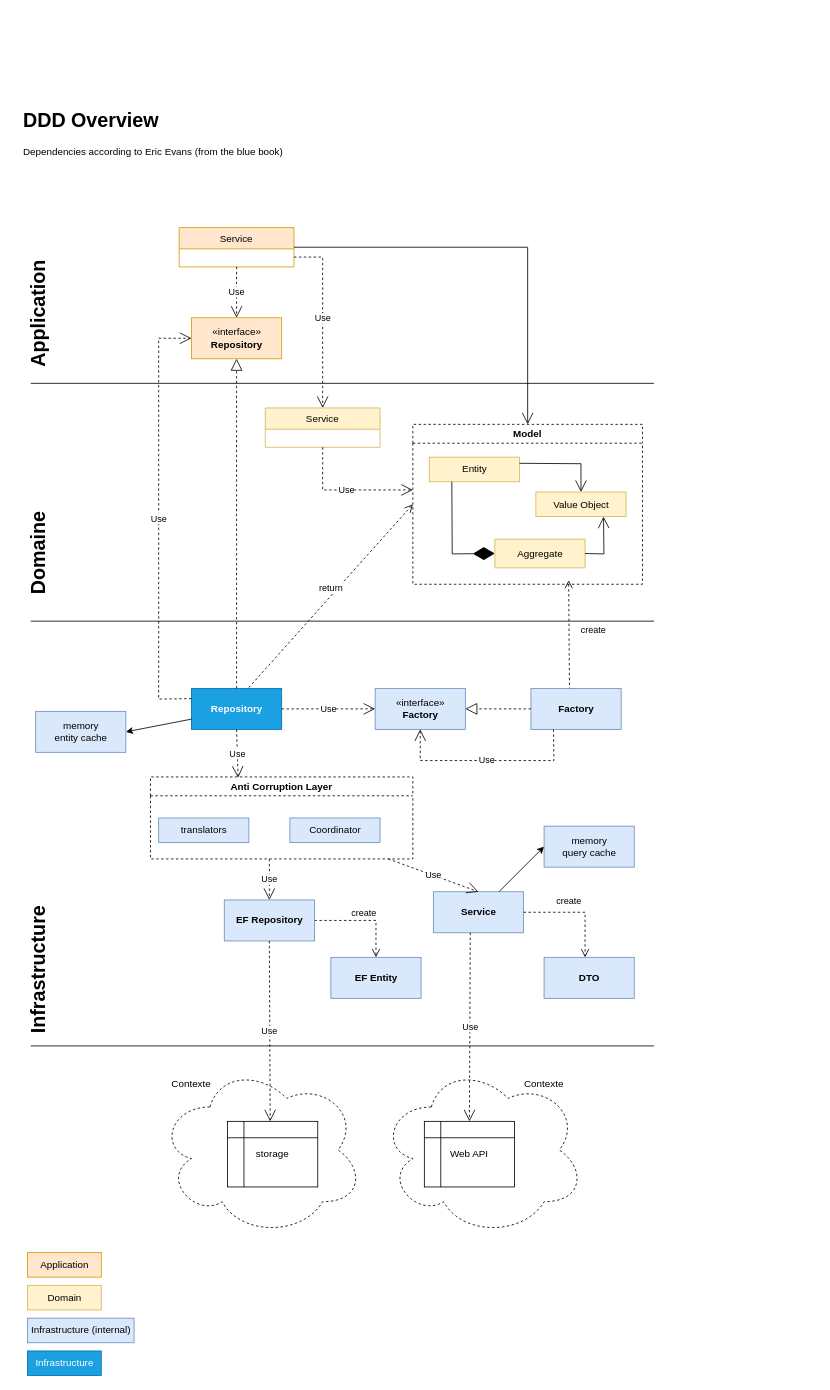
Before: DDD overview2.drawio in franck-gaspoz/DDD, a draw.io diagram. Source tidied: cells renumbered, new cells numbered last; positions are measured from the earlier drawing's top-left corner, leaving out a move shared by most shapes. Both pictures are drawn from the tidied source at 82%, with x=0, y=0 at pixel (14, 104).
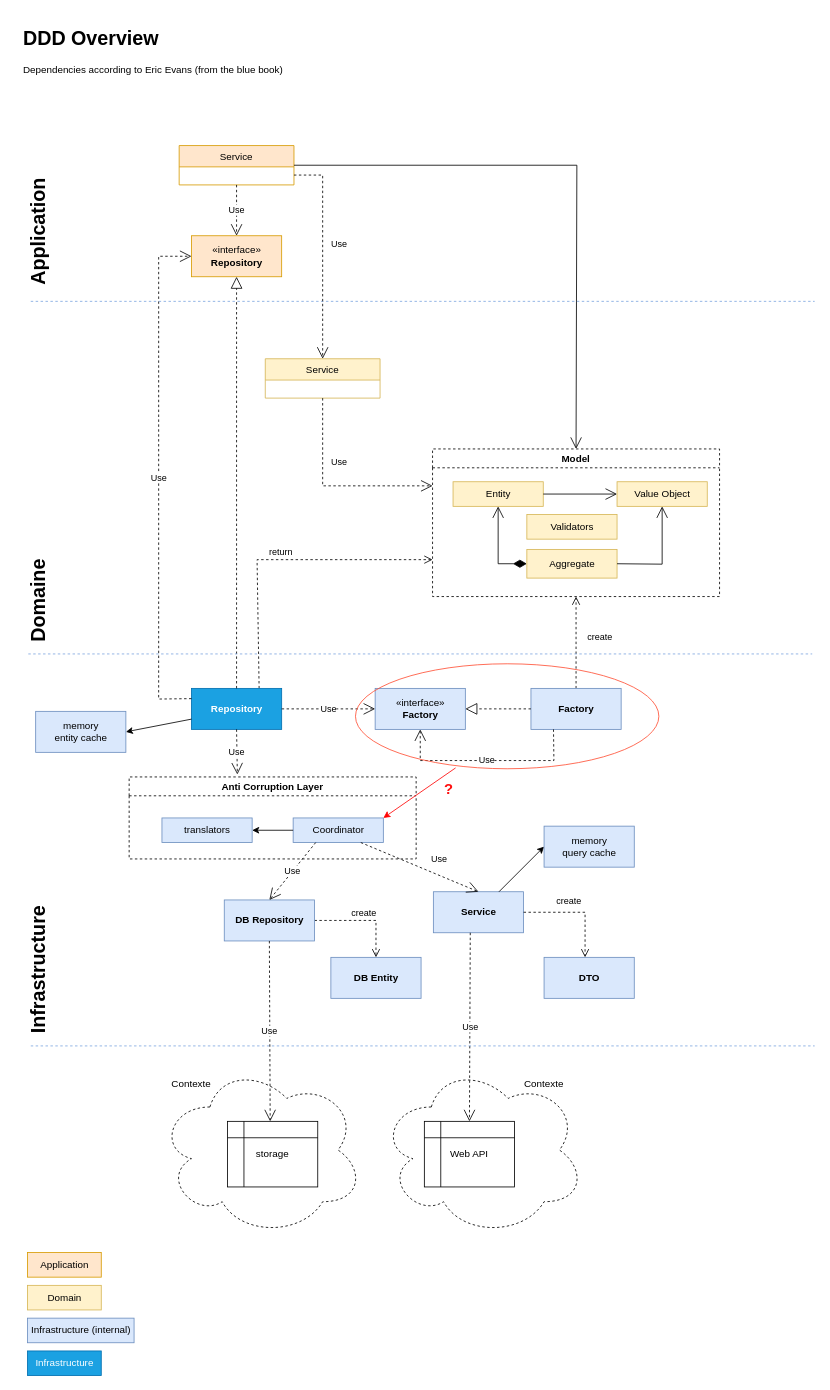
The same page after the edit.

Commit message:
Mettre à jour DDD overview2.drawio

Unchanged cells that the change refers to:
```xml
<mxCell id="12" value="&lt;b&gt;Repository&lt;/b&gt;" style="html=1;fillColor=#1ba1e2;strokeColor=#006EAF;fontColor=#ffffff;" parent="1" vertex="1">
  <mxGeometry x="216" y="712" width="110" height="50" as="geometry" />
</mxCell>
<mxCell id="13" value="&lt;b&gt;Factory&lt;/b&gt;" style="html=1;fillColor=#dae8fc;strokeColor=#6c8ebf;" parent="1" vertex="1">
  <mxGeometry x="630" y="712" width="110" height="50" as="geometry" />
</mxCell>
<mxCell id="18" value="&lt;b&gt;Service&lt;/b&gt;" style="html=1;fillColor=#dae8fc;strokeColor=#6c8ebf;" parent="1" vertex="1">
  <mxGeometry x="511" y="960" width="110" height="50" as="geometry" />
</mxCell>
```

Change to the diagram source:
```diff
@@
     <mxCell id="2" value="Service" style="swimlane;fontStyle=0;horizontal=1;startSize=26;fillColor=#ffe6cc;strokeColor=#d79b00;" parent="1" vertex="1">
-      <mxGeometry x="201" y="150" width="140" height="48" as="geometry" />
+      <mxGeometry x="201" y="50" width="140" height="48" as="geometry" />
     </mxCell>
     <mxCell id="3" value="«interface»&lt;br&gt;&lt;b&gt;Repository&lt;/b&gt;" style="html=1;fillColor=#ffe6cc;strokeColor=#d79b00;" parent="1" vertex="1">
-      <mxGeometry x="216" y="260" width="110" height="50" as="geometry" />
+      <mxGeometry x="216" y="160" width="110" height="50" as="geometry" />
     </mxCell>
@@
-    <mxCell id="7" value="return" style="html=1;verticalAlign=bottom;endArrow=open;dashed=1;endSize=8;rounded=0;entryX=0;entryY=0.5;entryDx=0;entryDy=0;exitX=0.636;exitY=-0.02;exitDx=0;exitDy=0;exitPerimeter=0;" parent="1" edge="1" source="12" target="39">
-      <mxGeometry relative="1" as="geometry" />
+    <mxCell id="7" value="return" style="html=1;verticalAlign=bottom;endArrow=open;dashed=1;endSize=8;rounded=0;exitX=0.75;exitY=0;exitDx=0;exitDy=0;entryX=0;entryY=0.75;entryDx=0;entryDy=0;" parent="1" edge="1" source="12" target="39">
+      <mxGeometry relative="1" as="geometry">
+        <Array as="points">
+          <mxPoint x="296" y="555" />
+        </Array>
+      </mxGeometry>
     </mxCell>
-    <mxCell id="8" value="create" style="html=1;verticalAlign=bottom;endArrow=open;dashed=1;endSize=8;rounded=0;exitX=0.427;exitY=0.04;exitDx=0;exitDy=0;exitPerimeter=0;" parent="1" edge="1" source="13">
-      <mxGeometry x="-0.05" y="-29" relative="1" as="geometry">
-        <mxPoint x="676" y="580" as="targetPoint" />
-      </mxGeometry>
+    <mxCell id="8" value="create" style="html=1;verticalAlign=bottom;endArrow=open;dashed=1;endSize=8;rounded=0;entryX=0.5;entryY=1;entryDx=0;entryDy=0;" parent="1" edge="1" source="13" target="39">
+      <mxGeometry x="-0.05" y="-29" relative="1" as="geometry" />
     </mxCell>
@@
     <mxCell id="11" value="&lt;h1&gt;DDD Overview&lt;/h1&gt;&lt;p&gt;Dependencies according to Eric Evans (from the blue book)&lt;/p&gt;" style="text;html=1;strokeColor=none;fillColor=none;spacing=5;spacingTop=-20;whiteSpace=wrap;overflow=hidden;rounded=0;" parent="1" vertex="1">
-      <mxGeometry x="6" width="390" height="80" as="geometry" />
+      <mxGeometry x="6" y="-100" width="390" height="80" as="geometry" />
     </mxCell>
@@
-    <mxCell id="17" style="endArrow=none;html=1;rounded=0;" parent="1" edge="1">
+    <mxCell id="17" style="endArrow=none;html=1;rounded=0;dashed=1;strokeColor=#7EA6E0;" parent="1" edge="1">
       <mxGeometry relative="1" as="geometry">
-        <mxPoint x="20" y="630" as="sourcePoint" />
-        <mxPoint x="780" y="630" as="targetPoint" />
+        <mxPoint x="17" y="670" as="sourcePoint" />
+        <mxPoint x="973" y="670" as="targetPoint" />
       </mxGeometry>
     </mxCell>
@@
     <mxCell id="19" value="Use" style="endArrow=open;endSize=12;dashed=1;html=1;rounded=0;entryX=0;entryY=0.5;entryDx=0;entryDy=0;exitX=0;exitY=0.25;exitDx=0;exitDy=0;" parent="1" edge="1" source="12" target="3">
       <mxGeometry relative="1" as="geometry">
         <Array as="points">
           <mxPoint x="176" y="725" />
-          <mxPoint x="176" y="285" />
+          <mxPoint x="176" y="185" />
         </Array>
       </mxGeometry>
     </mxCell>
@@
     <mxCell id="21" value="&lt;h1&gt;Domaine&lt;/h1&gt;" style="text;html=1;strokeColor=none;fillColor=none;align=center;verticalAlign=middle;whiteSpace=wrap;rounded=0;rotation=-90;" parent="1" vertex="1">
-      <mxGeometry y="532" width="60" height="30" as="geometry" />
+      <mxGeometry y="590" width="60" height="30" as="geometry" />
     </mxCell>
@@
     <mxCell id="23" style="endArrow=open;endFill=1;endSize=12;html=1;rounded=0;exitX=1;exitY=0.5;exitDx=0;exitDy=0;entryX=0.5;entryY=0;entryDx=0;entryDy=0;" parent="1" edge="1" source="2" target="39">
       <mxGeometry relative="1" as="geometry">
         <Array as="points">
-          <mxPoint x="626" y="174" />
+          <mxPoint x="686" y="74" />
         </Array>
       </mxGeometry>
     </mxCell>
-    <mxCell id="24" value="Use" style="endArrow=open;endSize=12;dashed=1;html=1;rounded=0;exitX=0.5;exitY=1;exitDx=0;exitDy=0;entryX=0.334;entryY=0.01;entryDx=0;entryDy=0;entryPerimeter=0;" parent="1" edge="1" source="12" target="55">
+    <mxCell id="24" value="Use" style="endArrow=open;endSize=12;dashed=1;html=1;rounded=0;exitX=0.5;exitY=1;exitDx=0;exitDy=0;entryX=0.377;entryY=-0.03;entryDx=0;entryDy=0;entryPerimeter=0;" parent="1" edge="1" source="12" target="55">
       <mxGeometry relative="1" as="geometry" />
     </mxCell>
@@
-    <mxCell id="29" value="&lt;b&gt;EF Entity&lt;/b&gt;" style="html=1;fillColor=#dae8fc;strokeColor=#6c8ebf;" parent="1" vertex="1">
+    <mxCell id="29" value="&lt;b&gt;DB Entity&lt;/b&gt;" style="html=1;fillColor=#dae8fc;strokeColor=#6c8ebf;" parent="1" vertex="1">
       <mxGeometry x="386" y="1040" width="110" height="50" as="geometry" />
     </mxCell>
@@
-    <mxCell id="34" style="endArrow=none;html=1;rounded=0;" parent="1" edge="1">
+    <mxCell id="34" style="endArrow=none;html=1;rounded=0;fontColor=#000000;strokeColor=#7EA6E0;dashed=1;" parent="1" edge="1">
       <mxGeometry relative="1" as="geometry">
-        <mxPoint x="20" y="340" as="sourcePoint" />
-        <mxPoint x="780" y="340" as="targetPoint" />
+        <mxPoint x="20" y="240" as="sourcePoint" />
+        <mxPoint x="976" y="240" as="targetPoint" />
       </mxGeometry>
     </mxCell>
     <mxCell id="35" value="&lt;h1&gt;Application&lt;/h1&gt;" style="text;html=1;strokeColor=none;fillColor=none;align=center;verticalAlign=middle;whiteSpace=wrap;rounded=0;rotation=-90;" parent="1" vertex="1">
-      <mxGeometry y="240" width="60" height="30" as="geometry" />
+      <mxGeometry y="140" width="60" height="30" as="geometry" />
     </mxCell>
     <mxCell id="36" value="Service" style="swimlane;fontStyle=0;horizontal=1;startSize=26;fillColor=#fff2cc;strokeColor=#d6b656;" parent="1" vertex="1">
-      <mxGeometry x="306" y="370" width="140" height="48" as="geometry" />
+      <mxGeometry x="306" y="310" width="140" height="48" as="geometry" />
     </mxCell>
-    <mxCell id="37" value="Use" style="endArrow=open;endSize=12;dashed=1;html=1;rounded=0;exitX=0.5;exitY=1;exitDx=0;exitDy=0;" parent="1" edge="1" source="36">
-      <mxGeometry relative="1" as="geometry">
-        <mxPoint x="486" y="470" as="targetPoint" />
+    <mxCell id="37" value="Use" style="endArrow=open;endSize=12;dashed=1;html=1;rounded=0;exitX=0.5;exitY=1;exitDx=0;exitDy=0;entryX=0;entryY=0.25;entryDx=0;entryDy=0;" parent="1" edge="1" source="36" target="39">
+      <mxGeometry x="-0.35" y="20" relative="1" as="geometry">
         <Array as="points">
-          <mxPoint x="376" y="470" />
+          <mxPoint x="376" y="465" />
         </Array>
       </mxGeometry>
     </mxCell>
     <mxCell id="38" value="Use" style="endArrow=open;endSize=12;dashed=1;html=1;rounded=0;entryX=0.5;entryY=0;entryDx=0;entryDy=0;exitX=1;exitY=0.75;exitDx=0;exitDy=0;" parent="1" edge="1" source="2" target="36">
-      <mxGeometry relative="1" as="geometry">
+      <mxGeometry x="-0.08" y="20" relative="1" as="geometry">
         <Array as="points">
-          <mxPoint x="376" y="186" />
+          <mxPoint x="376" y="86" />
         </Array>
       </mxGeometry>
     </mxCell>
     <mxCell id="39" value="Model" style="swimlane;dashed=1;" parent="1" vertex="1">
-      <mxGeometry x="486" y="390" width="280" height="195" as="geometry" />
+      <mxGeometry x="510" y="420" width="350" height="180" as="geometry" />
     </mxCell>
     <mxCell id="40" value="Value Object" style="html=1;fillColor=#fff2cc;strokeColor=#d6b656;" parent="39" vertex="1">
-      <mxGeometry x="150" y="82.5" width="110" height="30" as="geometry" />
+      <mxGeometry x="225" y="40" width="110" height="30" as="geometry" />
     </mxCell>
     <mxCell id="41" value="Entity" style="html=1;fillColor=#fff2cc;strokeColor=#d6b656;" parent="39" vertex="1">
-      <mxGeometry x="20" y="40" width="110" height="30" as="geometry" />
+      <mxGeometry x="25" y="40" width="110" height="30" as="geometry" />
     </mxCell>
     <mxCell id="42" value="Aggregate" style="html=1;fillColor=#fff2cc;strokeColor=#d6b656;" parent="39" vertex="1">
-      <mxGeometry x="100" y="140" width="110" height="35" as="geometry" />
+      <mxGeometry x="115" y="122.5" width="110" height="35" as="geometry" />
     </mxCell>
-    <mxCell id="43" style="endArrow=diamondThin;endFill=1;endSize=24;html=1;rounded=0;entryX=0;entryY=0.5;entryDx=0;entryDy=0;exitX=0.25;exitY=1;exitDx=0;exitDy=0;" parent="39" edge="1" source="41" target="42">
-      <mxGeometry relative="1" as="geometry">
-        <Array as="points">
-          <mxPoint x="48" y="158" />
-        </Array>
-      </mxGeometry>
-    </mxCell>
-    <mxCell id="44" style="endArrow=open;endFill=1;endSize=12;html=1;rounded=0;entryX=0.75;entryY=1;entryDx=0;entryDy=0;exitX=1;exitY=0.5;exitDx=0;exitDy=0;" parent="39" edge="1" source="42" target="40">
+    <mxCell id="44" style="endArrow=open;endFill=1;endSize=12;html=1;rounded=0;exitX=1;exitY=0.5;exitDx=0;exitDy=0;" parent="39" edge="1" source="42" target="40">
       <mxGeometry relative="1" as="geometry">
         <Array as="points">
-          <mxPoint x="233" y="158" />
+          <mxPoint x="280" y="140.5" />
         </Array>
       </mxGeometry>
     </mxCell>
-    <mxCell id="45" style="endArrow=open;endFill=1;endSize=12;html=1;rounded=0;exitX=1;exitY=0.25;exitDx=0;exitDy=0;entryX=0.5;entryY=0;entryDx=0;entryDy=0;" parent="39" edge="1" source="41" target="40">
-      <mxGeometry relative="1" as="geometry">
-        <Array as="points">
-          <mxPoint x="205" y="48" />
-        </Array>
-      </mxGeometry>
+    <mxCell id="45" style="endArrow=open;endFill=1;endSize=12;html=1;rounded=0;exitX=1;exitY=0.5;exitDx=0;exitDy=0;entryX=0;entryY=0.5;entryDx=0;entryDy=0;" parent="39" edge="1" source="41" target="40">
+      <mxGeometry relative="1" as="geometry" />
     </mxCell>
+    <mxCell id="61" style="endArrow=open;endSize=12;startArrow=diamondThin;startSize=14;startFill=1;edgeStyle=orthogonalEdgeStyle;align=left;verticalAlign=bottom;rounded=0;exitX=0;exitY=0.5;exitDx=0;exitDy=0;html=1;entryX=0.5;entryY=1;entryDx=0;entryDy=0;" parent="39" edge="1" source="42" target="41">
+      <mxGeometry x="-0.6" y="33" relative="1" as="geometry">
+        <Array as="points">
+          <mxPoint x="80" y="140.5" />
+        </Array>
+      </mxGeometry>
+    </mxCell>
+    <mxCell id="62" value="Validators" style="html=1;fillColor=#fff2cc;strokeColor=#d6b656;" parent="39" vertex="1">
+      <mxGeometry x="115" y="80" width="110" height="30" as="geometry" />
+    </mxCell>
@@
-    <mxCell id="51" style="endArrow=none;html=1;rounded=0;" parent="1" edge="1">
+    <mxCell id="51" style="endArrow=none;html=1;rounded=0;dashed=1;strokeColor=#7EA6E0;" parent="1" edge="1">
       <mxGeometry relative="1" as="geometry">
         <mxPoint x="20" y="1148" as="sourcePoint" />
-        <mxPoint x="780" y="1148" as="targetPoint" />
+        <mxPoint x="976" y="1148" as="targetPoint" />
       </mxGeometry>
     </mxCell>
@@
-    <mxCell id="54" value="&lt;b&gt;EF Repository&lt;/b&gt;" style="html=1;fillColor=#dae8fc;strokeColor=#6c8ebf;" parent="1" vertex="1">
+    <mxCell id="54" value="&lt;b&gt;DB Repository&lt;/b&gt;" style="html=1;fillColor=#dae8fc;strokeColor=#6c8ebf;" parent="1" vertex="1">
       <mxGeometry x="256" y="970" width="110" height="50" as="geometry" />
     </mxCell>
     <mxCell id="55" value="Anti Corruption Layer" style="swimlane;dashed=1;" parent="1" vertex="1">
-      <mxGeometry x="166" y="820" width="320" height="100" as="geometry" />
+      <mxGeometry x="140" y="820" width="350" height="100" as="geometry" />
     </mxCell>
     <mxCell id="56" value="translators" style="html=1;fillColor=#dae8fc;strokeColor=#6c8ebf;" parent="55" vertex="1">
-      <mxGeometry x="10" y="50" width="110" height="30" as="geometry" />
+      <mxGeometry x="40" y="50" width="110" height="30" as="geometry" />
     </mxCell>
     <mxCell id="57" value="Coordinator" style="html=1;fillColor=#dae8fc;strokeColor=#6c8ebf;" parent="55" vertex="1">
-      <mxGeometry x="170" y="50" width="110" height="30" as="geometry" />
+      <mxGeometry x="200" y="50" width="110" height="30" as="geometry" />
     </mxCell>
+    <mxCell id="63" style="endArrow=classic;html=1;rounded=0;entryX=1;entryY=0.5;entryDx=0;entryDy=0;exitX=0;exitY=0.5;exitDx=0;exitDy=0;" parent="55" edge="1" source="57" target="56">
+      <mxGeometry relative="1" as="geometry" />
+    </mxCell>
@@
-    <mxCell id="59" value="Use" style="endArrow=open;endSize=12;dashed=1;html=1;rounded=0;entryX=0.5;entryY=0;entryDx=0;entryDy=0;" parent="1" edge="1" target="54">
-      <mxGeometry relative="1" as="geometry">
-        <mxPoint x="311" y="920" as="sourcePoint" />
-      </mxGeometry>
+    <mxCell id="59" value="Use" style="endArrow=open;endSize=12;dashed=1;html=1;rounded=0;entryX=0.5;entryY=0;entryDx=0;entryDy=0;exitX=0.25;exitY=1;exitDx=0;exitDy=0;" parent="1" edge="1" source="57" target="54">
+      <mxGeometry relative="1" as="geometry" />
     </mxCell>
-    <mxCell id="60" value="Use" style="endArrow=open;endSize=12;dashed=1;html=1;rounded=0;entryX=0.5;entryY=0;entryDx=0;entryDy=0;" parent="1" edge="1" target="18">
-      <mxGeometry relative="1" as="geometry">
-        <mxPoint x="456" y="920" as="sourcePoint" />
-      </mxGeometry>
+    <mxCell id="60" value="Use" style="endArrow=open;endSize=12;dashed=1;html=1;rounded=0;entryX=0.5;entryY=0;entryDx=0;entryDy=0;exitX=0.75;exitY=1;exitDx=0;exitDy=0;" parent="1" edge="1" source="57" target="18">
+      <mxGeometry x="0.23" y="18" relative="1" as="geometry" />
     </mxCell>
+    <mxCell id="64" style="ellipse;whiteSpace=wrap;html=1;fillColor=none;strokeColor=#FF4E33;" parent="1" vertex="1">
+      <mxGeometry x="416" y="682" width="370" height="128" as="geometry" />
+    </mxCell>
+    <mxCell id="65" style="endArrow=classic;html=1;rounded=0;exitX=0.33;exitY=0.992;exitDx=0;exitDy=0;exitPerimeter=0;entryX=1;entryY=0;entryDx=0;entryDy=0;strokeColor=#FF0000;" parent="1" edge="1" source="64" target="57">
+      <mxGeometry relative="1" as="geometry" />
+    </mxCell>
+    <mxCell id="66" value="?" style="text;html=1;strokeColor=none;fillColor=none;align=center;verticalAlign=middle;whiteSpace=wrap;rounded=0;fontColor=#FF0F0F;fontStyle=1;fontSize=18;" parent="1" vertex="1">
+      <mxGeometry x="500" y="820" width="60" height="30" as="geometry" />
+    </mxCell>
```
